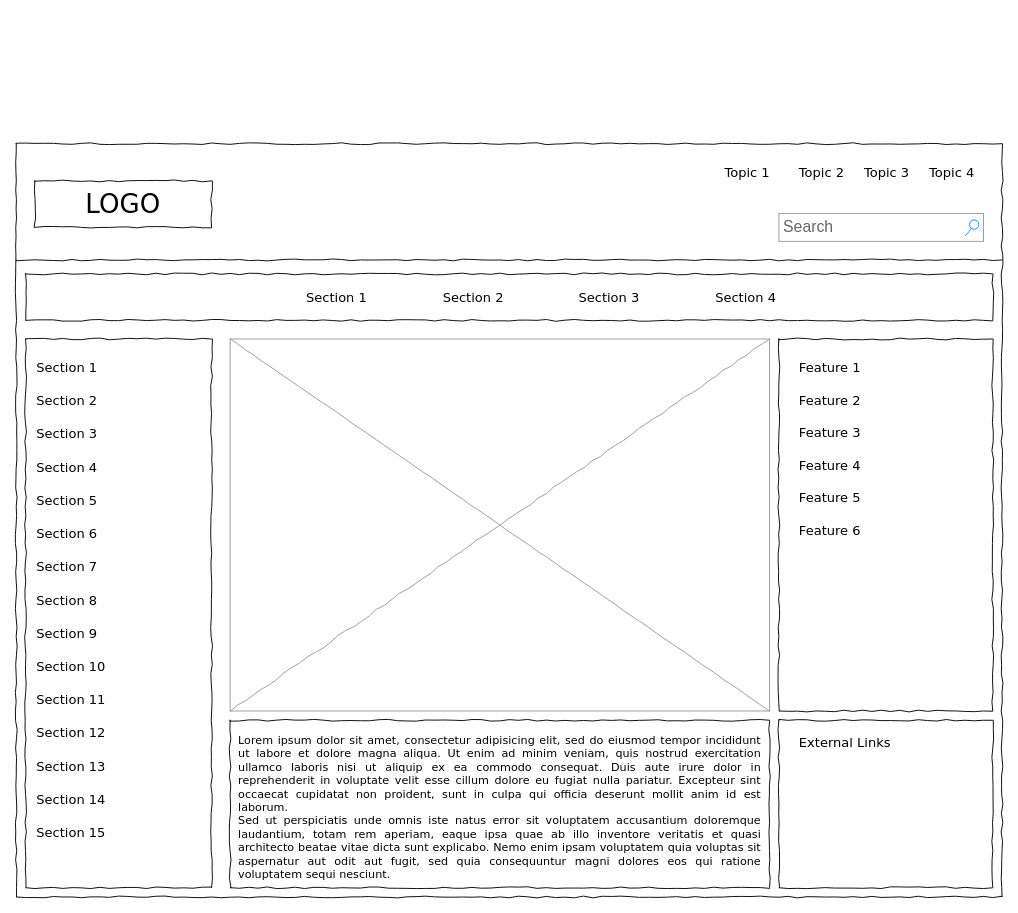
yanlee26/drawings keeps this draw.io diagram as Untitled Diagram.drawio. Above is the earlier version. Source tidied: cells renumbered, new cells numbered last; positions are measured from the earlier drawing's top-left corner, leaving out a move shared by most shapes. Both pictures are drawn from the tidied source at 93%, with x=0, y=0 at pixel (16, 143).
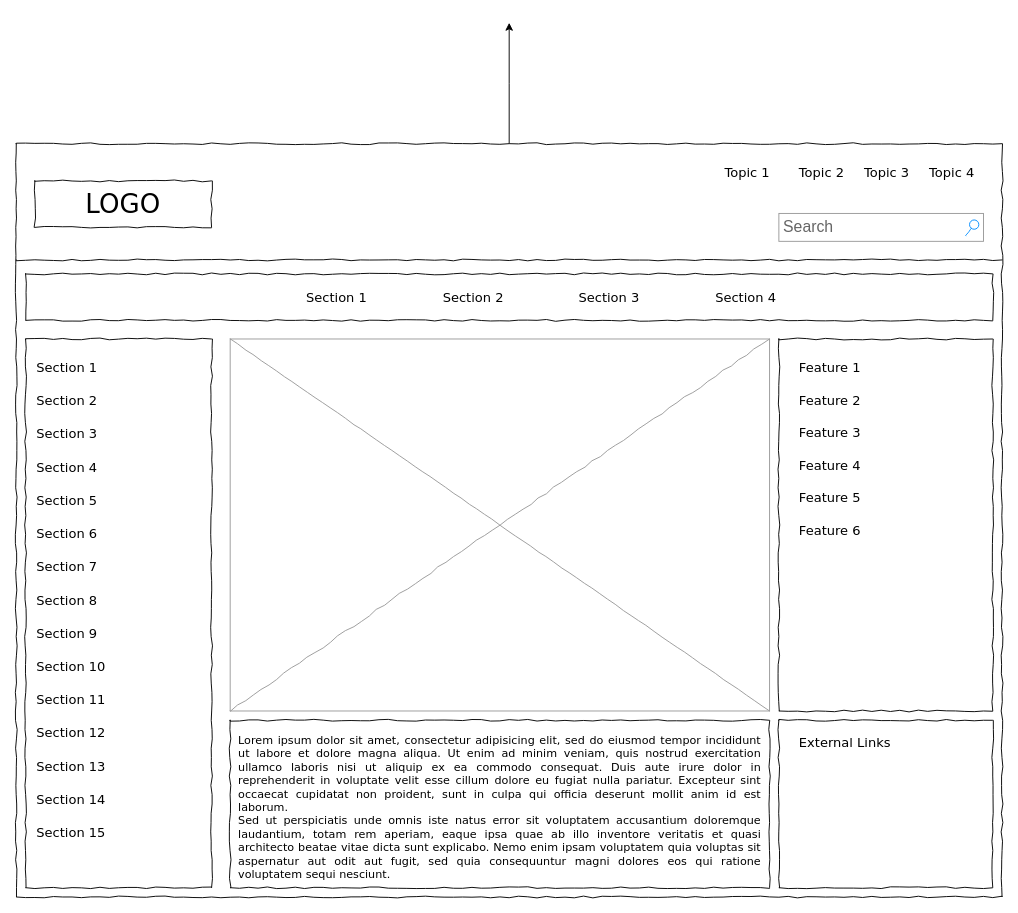
After the change.

Unchanged cells that the change refers to:
```xml
<mxCell id="2" style="whiteSpace=wrap;html=1;rounded=0;shadow=0;labelBackgroundColor=none;strokeColor=#000000;strokeWidth=1;fillColor=none;fontFamily=Verdana;fontSize=12;fontColor=#000000;align=center;comic=1;" parent="1" vertex="1">
  <mxGeometry width="1060" height="810" as="geometry" />
</mxCell>
```

Change to the diagram source:
```diff
@@
+    <mxCell id="42" style="edgeStyle=orthogonalEdgeStyle;rounded=0;jettySize=auto;html=1;" parent="1" edge="1" source="2">
+      <mxGeometry relative="1" as="geometry">
+        <mxPoint x="530" y="-130" as="targetPoint" />
+      </mxGeometry>
+    </mxCell>
```
